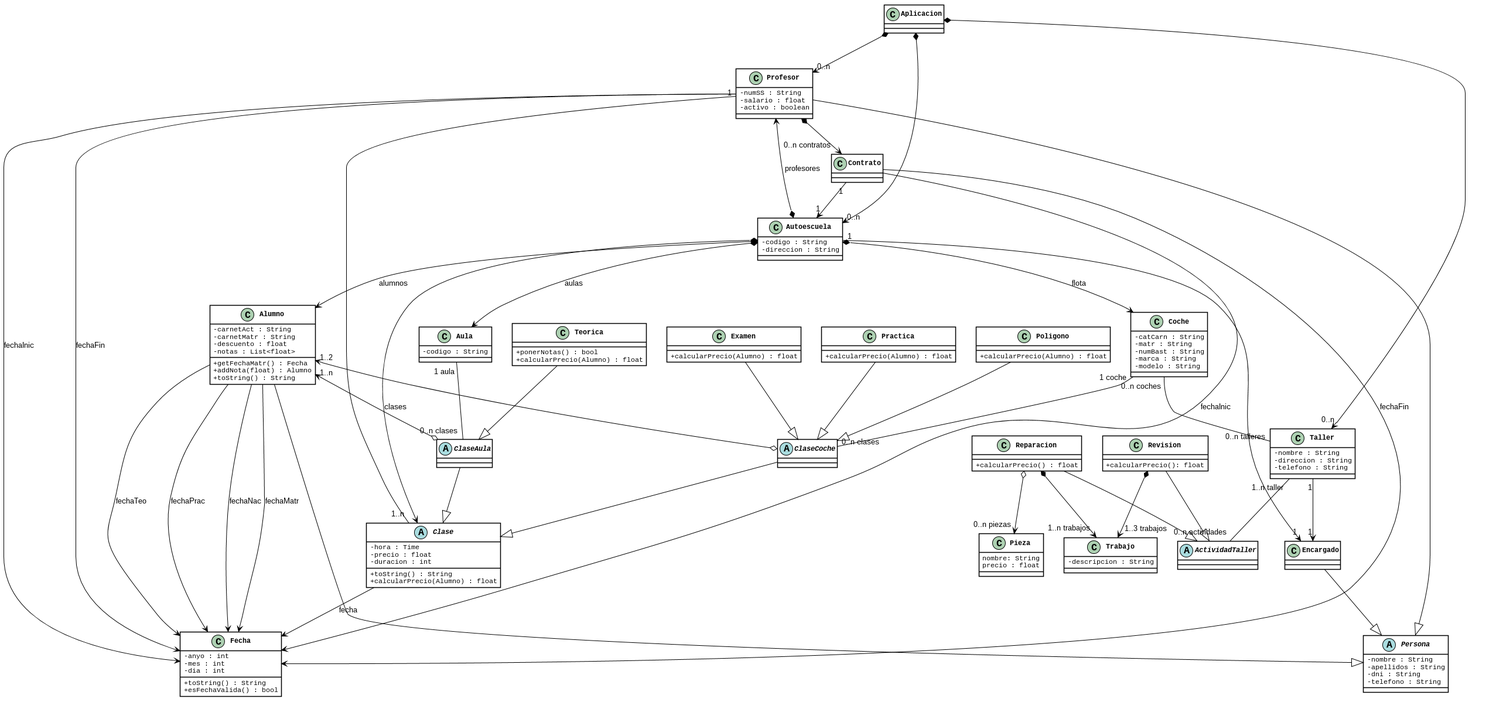
The PlantUML diagram 2P/ejercicio3.png in Lletfrix/Analisis_y_Dise-o_de_Software_2017_2018, before a commit.
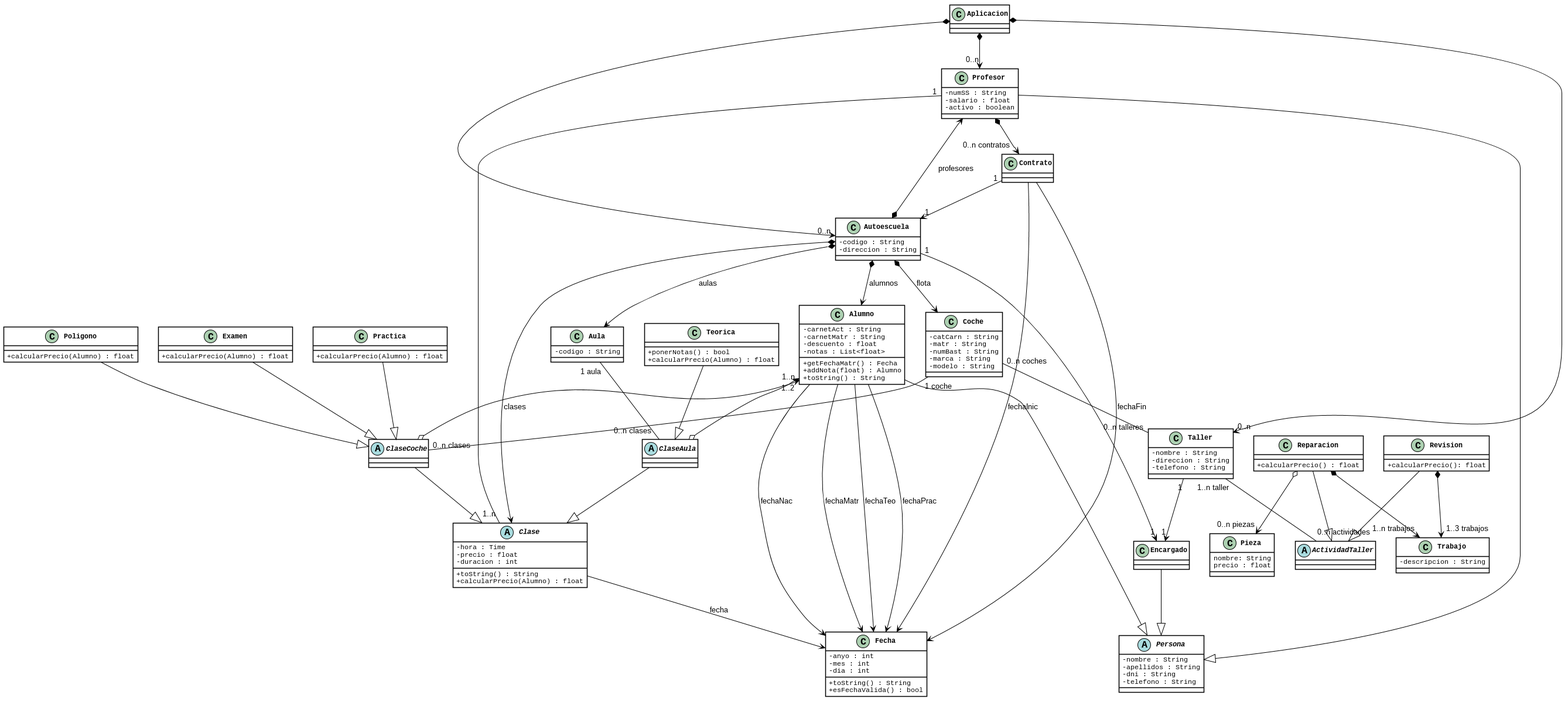
The same file after the commit.

Diff of the diagram source:
```diff
@@ -143,9 +143,6 @@
 Alumno --> Fecha : fechaNac
 Alumno --> Fecha : fechaMatr
 
-Profesor --> Fecha : fechaInic
-Profesor --> Fecha : fechaFin
-
 Autoescuela "1" --> "1" Encargado
 Taller "1" --> "1" Encargado
 Clase --> Fecha : fecha
```
